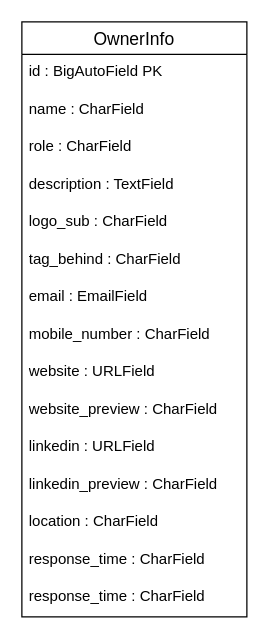
Above: assets/er-diagram/er-diagram.drawio in erfaw/digital-business-card-django (draw.io), before the change. Source tidied: cells renumbered, new cells numbered last; positions are measured from the earlier drawing's top-left corner, leaving out a move shared by most shapes. Both pictures are drawn from the tidied source at 125%, with x=0, y=0 at pixel (21, 21).
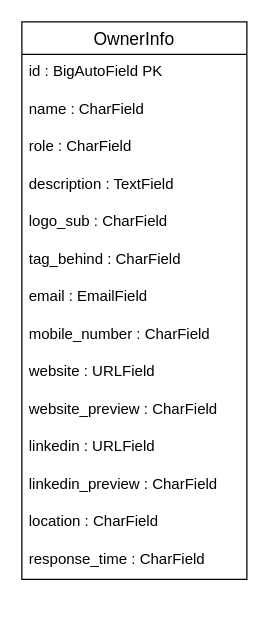
After the change.

What changed in the source:
```diff
@@
 <mxGraphModel>
   <root>
     <mxCell id="0" />
     <mxCell id="1" parent="0" />
     <mxCell id="2" value="OwnerInfo" style="swimlane;fontStyle=0;horizontal=1;startSize=26;align=center;fontSize=14;" parent="1" vertex="1">
-      <mxGeometry width="180" height="476" as="geometry" />
+      <mxGeometry width="180" height="446" as="geometry" />
     </mxCell>
     <mxCell id="3" value="id : BigAutoField PK" style="text;strokeColor=none;fillColor=none;spacingLeft=4;spacingRight=4;overflow=hidden;fontSize=12;whiteSpace=wrap;html=1;" parent="2" vertex="1">
       <mxGeometry y="26" width="180" height="30" as="geometry" />
     </mxCell>
     <mxCell id="4" value="name : CharField" style="text;strokeColor=none;fillColor=none;spacingLeft=4;spacingRight=4;overflow=hidden;fontSize=12;whiteSpace=wrap;html=1;" parent="2" vertex="1">
       <mxGeometry y="56" width="180" height="30" as="geometry" />
     </mxCell>
     <mxCell id="5" value="role : CharField" style="text;strokeColor=none;fillColor=none;spacingLeft=4;spacingRight=4;overflow=hidden;fontSize=12;whiteSpace=wrap;html=1;" parent="2" vertex="1">
       <mxGeometry y="86" width="180" height="30" as="geometry" />
     </mxCell>
     <mxCell id="6" value="description : TextField" style="text;strokeColor=none;fillColor=none;spacingLeft=4;spacingRight=4;overflow=hidden;fontSize=12;whiteSpace=wrap;html=1;" parent="2" vertex="1">
       <mxGeometry y="116" width="180" height="30" as="geometry" />
     </mxCell>
     <mxCell id="7" value="logo_sub : CharField" style="text;strokeColor=none;fillColor=none;spacingLeft=4;spacingRight=4;overflow=hidden;fontSize=12;whiteSpace=wrap;html=1;" parent="2" vertex="1">
       <mxGeometry y="146" width="180" height="30" as="geometry" />
     </mxCell>
     <mxCell id="8" value="tag_behind : CharField" style="text;strokeColor=none;fillColor=none;spacingLeft=4;spacingRight=4;overflow=hidden;fontSize=12;whiteSpace=wrap;html=1;" parent="2" vertex="1">
       <mxGeometry y="176" width="180" height="30" as="geometry" />
     </mxCell>
     <mxCell id="9" value="email : EmailField" style="text;strokeColor=none;fillColor=none;spacingLeft=4;spacingRight=4;overflow=hidden;fontSize=12;whiteSpace=wrap;html=1;" parent="2" vertex="1">
       <mxGeometry y="206" width="180" height="30" as="geometry" />
     </mxCell>
     <mxCell id="10" value="mobile_number : CharField" style="text;strokeColor=none;fillColor=none;spacingLeft=4;spacingRight=4;overflow=hidden;fontSize=12;whiteSpace=wrap;html=1;" parent="2" vertex="1">
       <mxGeometry y="236" width="180" height="30" as="geometry" />
     </mxCell>
     <mxCell id="11" value="website : URLField" style="text;strokeColor=none;fillColor=none;spacingLeft=4;spacingRight=4;overflow=hidden;fontSize=12;whiteSpace=wrap;html=1;" parent="2" vertex="1">
       <mxGeometry y="266" width="180" height="30" as="geometry" />
     </mxCell>
     <mxCell id="12" value="website_preview : CharField" style="text;strokeColor=none;fillColor=none;spacingLeft=4;spacingRight=4;overflow=hidden;fontSize=12;whiteSpace=wrap;html=1;" parent="2" vertex="1">
       <mxGeometry y="296" width="180" height="30" as="geometry" />
     </mxCell>
     <mxCell id="13" value="linkedin : URLField" style="text;strokeColor=none;fillColor=none;spacingLeft=4;spacingRight=4;overflow=hidden;fontSize=12;whiteSpace=wrap;html=1;" parent="2" vertex="1">
       <mxGeometry y="326" width="180" height="30" as="geometry" />
     </mxCell>
     <mxCell id="14" value="linkedin_preview : CharField" style="text;strokeColor=none;fillColor=none;spacingLeft=4;spacingRight=4;overflow=hidden;fontSize=12;whiteSpace=wrap;html=1;" parent="2" vertex="1">
       <mxGeometry y="356" width="180" height="30" as="geometry" />
     </mxCell>
     <mxCell id="15" value="location : CharField" style="text;strokeColor=none;fillColor=none;spacingLeft=4;spacingRight=4;overflow=hidden;fontSize=12;whiteSpace=wrap;html=1;" parent="2" vertex="1">
       <mxGeometry y="386" width="180" height="30" as="geometry" />
     </mxCell>
     <mxCell id="16" value="response_time : CharField" style="text;strokeColor=none;fillColor=none;spacingLeft=4;spacingRight=4;overflow=hidden;fontSize=12;whiteSpace=wrap;html=1;" parent="2" vertex="1">
       <mxGeometry y="416" width="180" height="30" as="geometry" />
     </mxCell>
-    <mxCell id="17" value="response_time : CharField" style="text;strokeColor=none;fillColor=none;spacingLeft=4;spacingRight=4;overflow=hidden;fontSize=12;whiteSpace=wrap;html=1;" parent="2" vertex="1">
-      <mxGeometry y="446" width="180" height="30" as="geometry" />
-    </mxCell>
   </root>
 </mxGraphModel>
```
